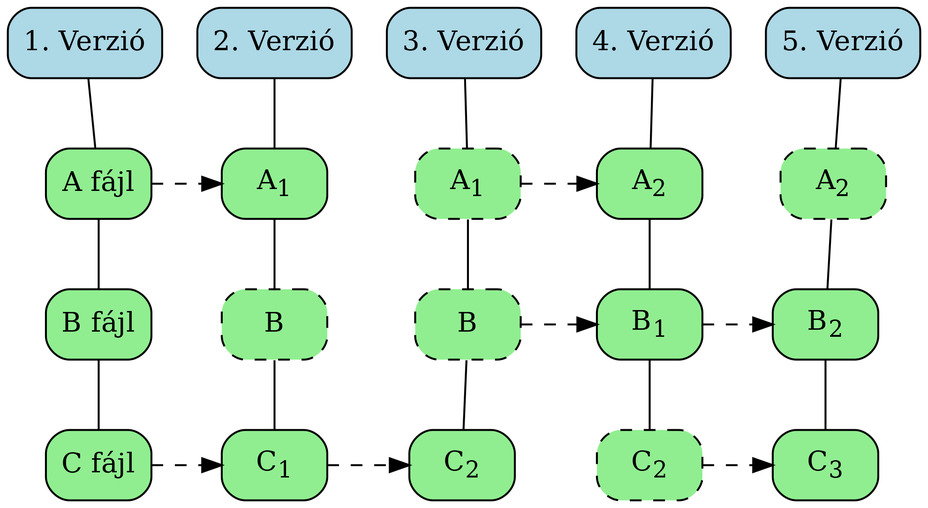
This is 1_git/doc/graphs/git_4.png from basictask/Adatbanyaszat, a Graphviz export, as it was before one commit. Its source is kept beside it as 1_git/doc/graphs/git_4.dot.
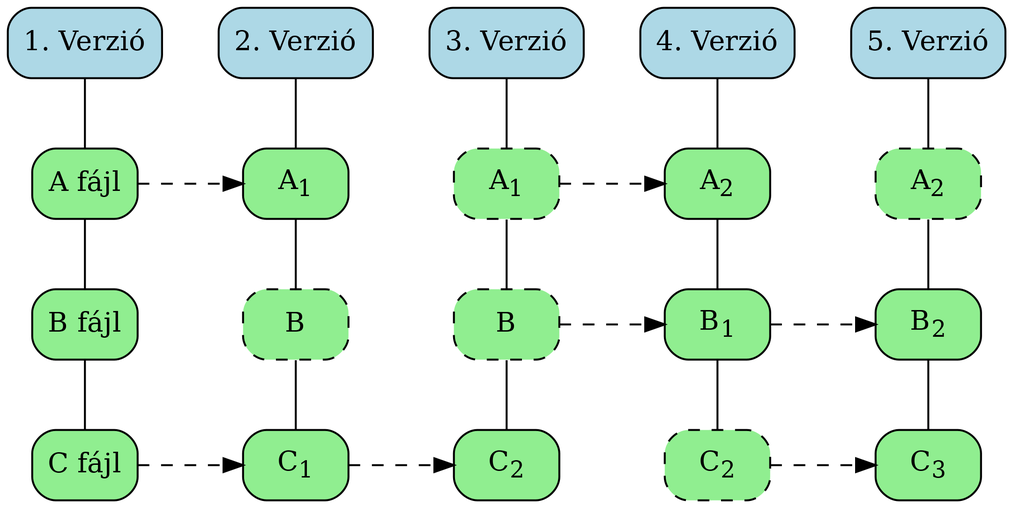
The same diagram one commit later.

Change to the diagram source:
```diff
@@ -53,11 +53,11 @@
     v5a -> v5b [dir=none]
     v5b -> v5c [dir=none]
 
-    v1a:e -> v2a:w [minlen=2, style="dashed"]
-    v3a:e -> v4a:w [minlen=2, style="dashed"]
-    v3b:e -> v4b:w [minlen=2, style="dashed"]
-    v4b:e -> v5b:w [minlen=2, style="dashed"]
-    v1c:e -> v2c:w [minlen=2, style="dashed"]
-    v2c:e -> v3c:w [minlen=2, style="dashed"]
-    v4c:e -> v5c:w [minlen=2, style="dashed"]
+    v1a:e -> v2a:w [minlen=3, style="dashed"]
+    v3a:e -> v4a:w [minlen=3, style="dashed"]
+    v3b:e -> v4b:w [minlen=3, style="dashed"]
+    v4b:e -> v5b:w [minlen=3, style="dashed"]
+    v1c:e -> v2c:w [minlen=3, style="dashed"]
+    v2c:e -> v3c:w [minlen=3, style="dashed"]
+    v4c:e -> v5c:w [minlen=3, style="dashed"]
 }
```
